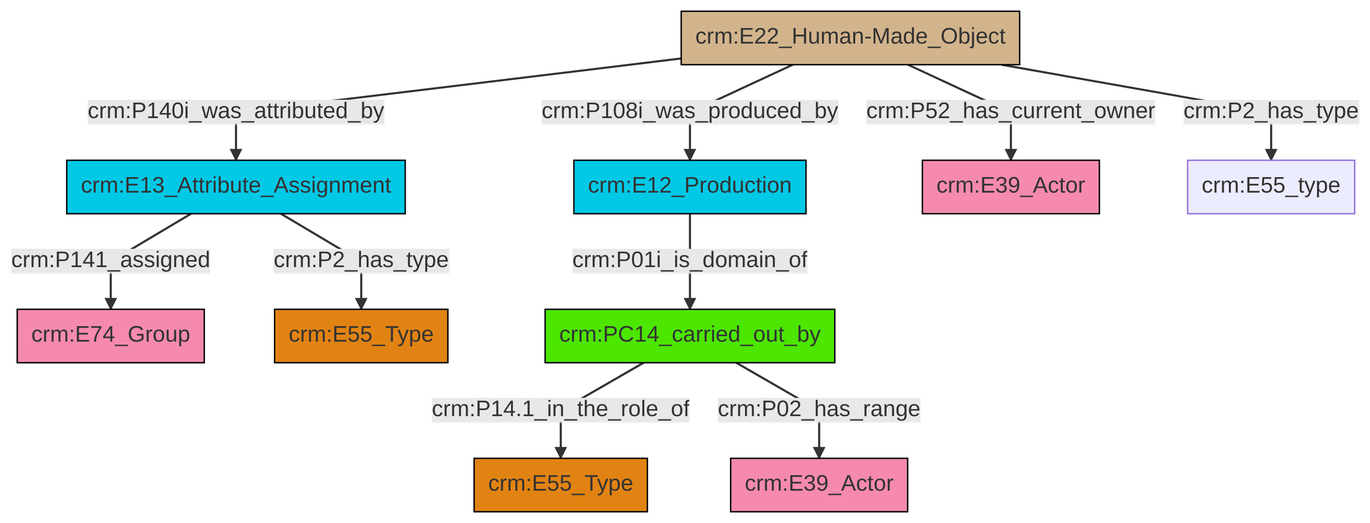
Before: et/builtWorkCSV/ttl/mmd/png/Built_Work_actor_relations.png, a diagram exported from Mermaid (swiss-art-research-net/reference-data-models). Its source is kept beside it as et/builtWorkCSV/ttl/mmd/Built_Work_actor_relations.ttl.mmd.
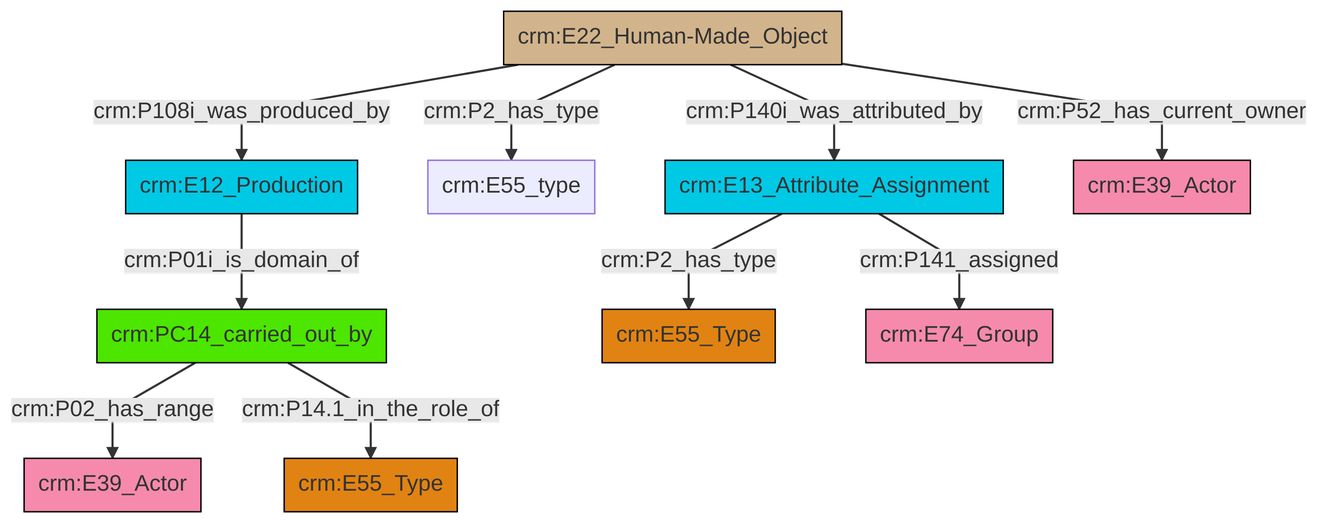
After the change.

Change to the diagram source:
```diff
@@ -13,12 +13,12 @@
 classDef PC_Classes fill:#4ce600, stroke:#000000;
 classDef Multi fill:#cccccc,stroke:#000000;
 
-0["crm:E22_Human-Made_Object"]:::Physical_Thing -->|crm:P108i_was_produced_by| 2["crm:E12_Production"]:::Temporal_Entity
-3["crm:E13_Attribute_Assignment"]:::Temporal_Entity -->|crm:P141_assigned| 4["crm:E74_Group"]:::Actor
-0["crm:E22_Human-Made_Object"]:::Physical_Thing -->|crm:P140i_was_attributed_by| 3["crm:E13_Attribute_Assignment"]:::Temporal_Entity
-2["crm:E12_Production"]:::Temporal_Entity -->|crm:P01i_is_domain_of| 14["crm:PC14_carried_out_by"]:::PC_Classes
-3["crm:E13_Attribute_Assignment"]:::Temporal_Entity -->|crm:P2_has_type| 12["crm:E55_Type"]:::Type
-14["crm:PC14_carried_out_by"]:::PC_Classes -->|crm:P14.1_in_the_role_of| 16["crm:E55_Type"]:::Type
-14["crm:PC14_carried_out_by"]:::PC_Classes -->|crm:P02_has_range| 7["crm:E39_Actor"]:::Actor
-0["crm:E22_Human-Made_Object"]:::Physical_Thing -->|crm:P52_has_current_owner| 5["crm:E39_Actor"]:::Actor
-0["crm:E22_Human-Made_Object"]:::Physical_Thing -->|crm:P2_has_type| 10["crm:E55_type"]:::Default
+2["crm:PC14_carried_out_by"]:::PC_Classes -->|crm:P02_has_range| 4["crm:E39_Actor"]:::Actor
+7["crm:E12_Production"]:::Temporal_Entity -->|crm:P01i_is_domain_of| 2["crm:PC14_carried_out_by"]:::PC_Classes
+10["crm:E13_Attribute_Assignment"]:::Temporal_Entity -->|crm:P141_assigned| 11["crm:E74_Group"]:::Actor
+0["crm:E22_Human-Made_Object"]:::Physical_Thing -->|crm:P2_has_type| 8["crm:E55_type"]:::Default
+10["crm:E13_Attribute_Assignment"]:::Temporal_Entity -->|crm:P2_has_type| 5["crm:E55_Type"]:::Type
+0["crm:E22_Human-Made_Object"]:::Physical_Thing -->|crm:P52_has_current_owner| 12["crm:E39_Actor"]:::Actor
+2["crm:PC14_carried_out_by"]:::PC_Classes -->|crm:P14.1_in_the_role_of| 13["crm:E55_Type"]:::Type
+0["crm:E22_Human-Made_Object"]:::Physical_Thing -->|crm:P108i_was_produced_by| 7["crm:E12_Production"]:::Temporal_Entity
+0["crm:E22_Human-Made_Object"]:::Physical_Thing -->|crm:P140i_was_attributed_by| 10["crm:E13_Attribute_Assignment"]:::Temporal_Entity
```
